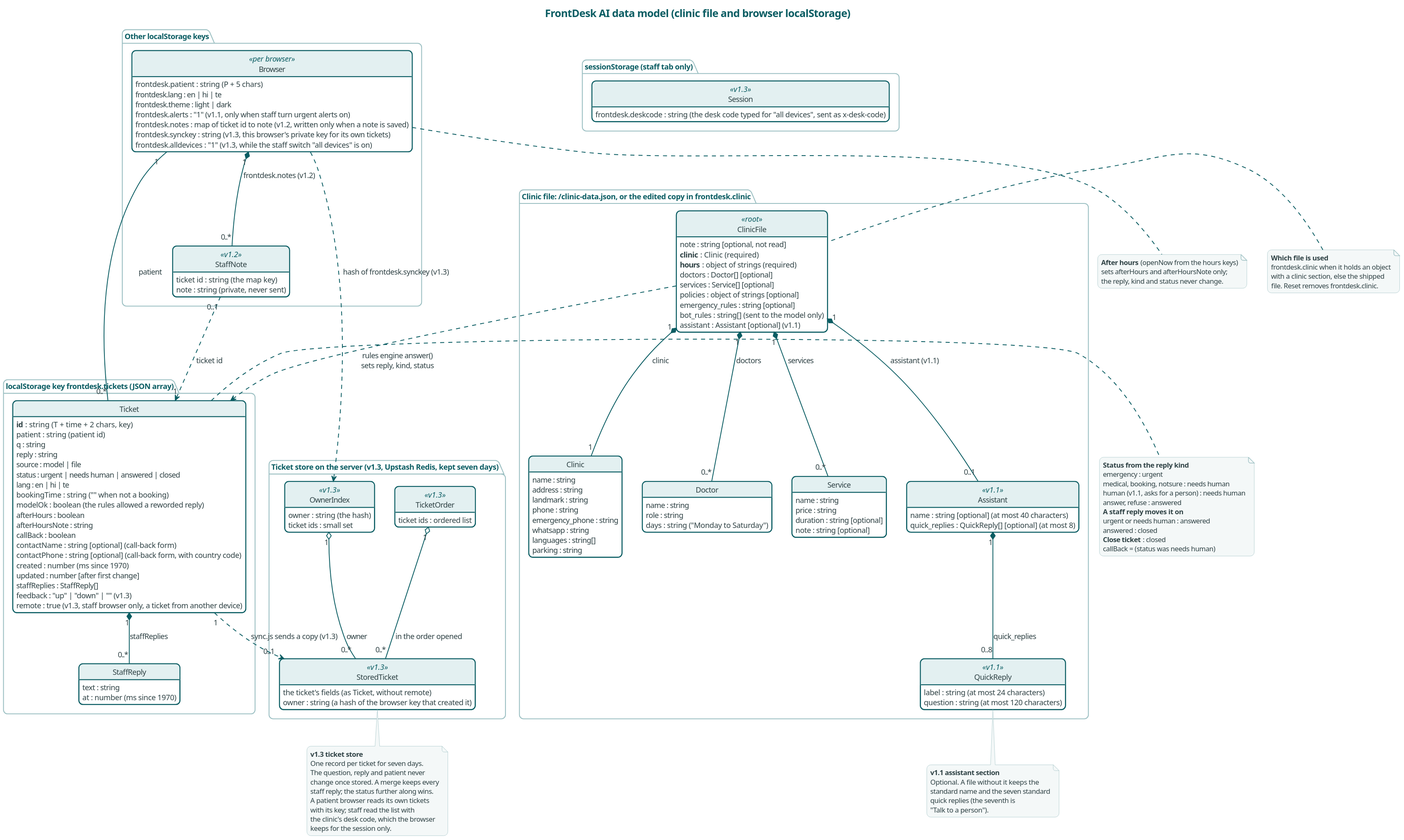
The PlantUML diagram docs/diagrams/data-model.svg in karwasanjay007/frontdesk-ai-docs, before a commit.
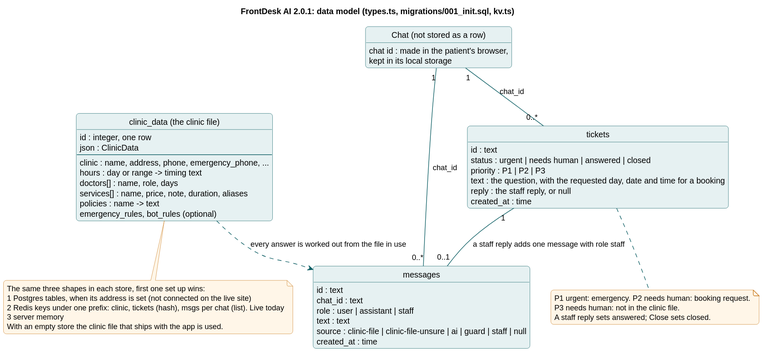
Later version of the same file.

What changed in the source:
```diff
@@ -1,206 +1,72 @@
 @startuml
-title FrontDesk AI data model (clinic file and browser localStorage)
-
-skinparam backgroundColor #FFFFFF
+skinparam backgroundColor white
 skinparam shadowing false
-skinparam roundCorner 14
-skinparam defaultFontName "Segoe UI"
-skinparam defaultFontSize 13
-skinparam titleFontSize 18
-skinparam titleFontColor #0B5D63
-skinparam ArrowColor #0B5D63
-skinparam ArrowFontColor #2F4245
-skinparam ArrowThickness 1.4
+skinparam roundCorner 10
 skinparam class {
-  BackgroundColor #FFFFFF
   BorderColor #0B5D63
-  BorderThickness 1.6
-  HeaderBackgroundColor #E3F0F1
-  FontColor #132326
-  AttributeFontColor #2F4245
-  StereotypeFontColor #0B5D63
+  BackgroundColor #E6F1F2
+  ArrowColor #0B5D63
 }
 skinparam note {
-  BackgroundColor #F4F8F8
-  BorderColor #9BBFC2
-  FontColor #2F4245
-  FontSize 12
-}
-skinparam package {
-  BorderColor #9BBFC2
-  FontColor #0B5D63
-  BackgroundColor #FFFFFF
+  BorderColor #C97A1D
+  BackgroundColor #FFF6E8
 }
 hide circle
 hide methods
-set separator none
+title FrontDesk AI 2.0.1: data model (types.ts, migrations/001_init.sql, kv.ts)
 
-package "Clinic file: /clinic-data.json, or the edited copy in frontdesk.clinic" {
-  class ClinicFile <<root>> {
-    note : string [optional, not read]
-    {field} <b>clinic</b> : Clinic  (required)
-    {field} <b>hours</b> : object of strings  (required)
-    doctors : Doctor[] [optional]
-    services : Service[] [optional]
-    policies : object of strings [optional]
-    emergency_rules : string [optional]
-    {field} bot_rules : string[]  (sent to the model only)
-    {field} assistant : Assistant [optional]  (v1.1)
-  }
-  class Clinic {
-    name : string
-    address : string
-    landmark : string
-    phone : string
-    emergency_phone : string
-    whatsapp : string
-    languages : string[]
-    parking : string
-  }
-  class Doctor {
-    name : string
-    role : string
-    {field} days : string  ("Monday to Saturday")
-  }
-  class Service {
-    name : string
-    price : string
-    duration : string [optional]
-    note : string [optional]
-  }
-  class Assistant <<v1.1>> {
-    {field} name : string [optional]  (at most 40 characters)
-    {field} quick_replies : QuickReply[] [optional]  (at most 8)
-  }
-  class QuickReply <<v1.1>> {
-    {field} label : string  (at most 24 characters)
-    {field} question : string  (at most 120 characters)
-  }
+class "clinic_data (the clinic file)" as Clinic {
+  id : integer, one row
+  json : ClinicData
+  --
+  clinic : name, address, phone, emergency_phone, ...
+  hours : day or range -> timing text
+  doctors[] : name, role, days
+  services[] : name, price, note, duration, aliases
+  policies : name -> text
+  emergency_rules, bot_rules (optional)
 }
 
-package "localStorage key frontdesk.tickets (JSON array)" {
-  class Ticket {
-    {field} <b>id</b> : string  (T + time + 2 chars, key)
-    {field} patient : string  (patient id)
-    q : string
-    reply : string
-    source : model | file
-    kind : emergency | refuse | medical | booking | answer | notsure | human (v1.1)
-    status : urgent | needs human | answered | closed
-    lang : en | hi | te
-    {field} bookingTime : string  ("" when not a booking)
-    {field} modelOk : boolean  (the rules allowed a reworded reply)
-    afterHours : boolean
-    afterHoursNote : string
-    callBack : boolean
-    {field} contactName : string [optional]  (call-back form)
-    {field} contactPhone : string [optional]  (call-back form, with country code)
-    {field} created : number  (ms since 1970)
-    {field} updated : number [after first change]
-    staffReplies : StaffReply[]
-    {field} feedback : "up" | "down" | ""  (v1.3)
-    {field} remote : true  (v1.3, staff browser only, a ticket from another device)
-  }
-  class StaffReply {
-    text : string
-    {field} at : number  (ms since 1970)
-  }
+class "messages" as Message {
+  id : text
+  chat_id : text
+  role : user | assistant | staff
+  text : text
+  source : clinic-file | clinic-file-unsure | ai | guard | staff | null
+  created_at : time
 }
 
-package "Other localStorage keys" {
-  class Browser <<per browser>> {
-    {field} frontdesk.patient : string  (P + 5 chars)
-    frontdesk.lang : en | hi | te
-    frontdesk.theme : light | dark
-    {field} frontdesk.alerts : "1"  (v1.1, only when staff turn urgent alerts on)
-    {field} frontdesk.notes : map of ticket id to note  (v1.2, written only when a note is saved)
-    {field} frontdesk.synckey : string  (v1.3, this browser's private key for its own tickets)
-    {field} frontdesk.alldevices : "1"  (v1.3, while the staff switch "all devices" is on)
-  }
-  class StaffNote <<v1.2>> {
-    {field} ticket id : string  (the map key)
-    {field} note : string  (private, never sent)
-  }
+class "tickets" as Ticket {
+  id : text
+  chat_id : text (never sent to the staff page)
+  status : urgent | needs human | answered | closed
+  priority : P1 | P2 | P3
+  text : the question, with the requested day, date and time for a booking
+  reply : the staff reply, or null
+  created_at : time
 }
 
-package "sessionStorage (staff tab only)" {
-  class Session <<v1.3>> {
-    {field} frontdesk.deskcode : string  (the desk code typed for "all devices", sent as x-desk-code)
-  }
+class "Chat (not stored as a row)" as Chat {
+  chat id : made in the patient's browser,
+  kept in its local storage
 }
 
-package "Ticket store on the server (v1.3, Upstash Redis, kept seven days)" {
-  class StoredTicket <<v1.3>> {
-    {field} the ticket's fields  (as Ticket, without remote)
-    {field} owner : string  (a hash of the browser key that created it)
-  }
-  class TicketOrder <<v1.3>> {
-    {field} ticket ids : ordered list
-  }
-  class OwnerIndex <<v1.3>> {
-    {field} owner : string  (the hash)
-    {field} ticket ids : small set
-  }
-}
+Chat "1" -- "0..*" Message : chat_id
+Chat "1" -- "0..*" Ticket : chat_id
+Ticket "1" -- "0..1" Message : a staff reply adds one message with role staff
+Clinic ..> Message : every answer is worked out from the file in use
 
-ClinicFile "1" *-- "1" Clinic : clinic
-ClinicFile "1" *-- "0..*" Doctor : doctors
-ClinicFile "1" *-- "0..*" Service : services
-ClinicFile "1" *-- "0..1" Assistant : assistant (v1.1)
-Assistant "1" *-- "0..8" QuickReply : quick_replies
-Ticket "1" *-- "0..*" StaffReply : staffReplies
-Browser "1" -- "0..*" Ticket : patient
-ClinicFile ..> Ticket : rules engine answer()\nsets reply, kind, status
-Browser "1" *-- "0..*" StaffNote : frontdesk.notes (v1.2)
-StaffNote "0..1" ..> "1" Ticket : ticket id
-Ticket "1" ..> "0..1" StoredTicket : sync.js sends a copy (v1.3)
-TicketOrder "1" o-- "0..*" StoredTicket : in the order opened
-OwnerIndex "1" o-- "0..*" StoredTicket : owner
-Browser ..> OwnerIndex : hash of frontdesk.synckey (v1.3)
-
-note bottom of StoredTicket
-  <b>v1.3 ticket store</b>
-  One record per ticket for seven days.
-  The question, reply and patient never
-  change once stored. A merge keeps every
-  staff reply; the status further along wins.
-  A patient browser reads its own tickets
-  with its key; staff read the list with
-  the clinic's desk code, which the browser
-  keeps for the session only.
+note bottom of Ticket
+P1 urgent: emergency. P2 needs human: booking request.
+P3 needs human: not in the clinic file.
+A staff reply sets answered; Close sets closed.
 end note
 
-note right of Ticket
-  <b>Status from the reply kind</b>
-  emergency : urgent
-  medical, booking, notsure : needs human
-  human (v1.1, asks for a person) : needs human
-  answer, refuse : answered
-  <b>A staff reply moves it on</b>
-  urgent or needs human : answered
-  answered : closed
-  <b>Close ticket</b> : closed
-  callBack = (status was needs human)
-end note
-
-note bottom of Browser
-  <b>After hours</b> (openNow from the hours keys)
-  sets afterHours and afterHoursNote only;
-  the reply, kind and status never change.
-end note
-
-note bottom of QuickReply
-  <b>v1.1 assistant section</b>
-  Optional. A file without it keeps the
-  standard name and the seven standard
-  quick replies (the seventh is
-  "Talk to a person").
-end note
-
-note left of ClinicFile
-  <b>Which file is used</b>
-  frontdesk.clinic when it holds an object
-  with a clinic section, else the shipped
-  file. Reset removes frontdesk.clinic.
+note bottom of Clinic
+The same three shapes in each store, first one set up wins:
+1 Postgres tables, when its address is set (not connected on the live site)
+2 Redis keys under one prefix: clinic, tickets (hash), msgs per chat (list). Live today
+3 server memory
+With an empty store the clinic file that ships with the app is used.
 end note
 @enduml
```
